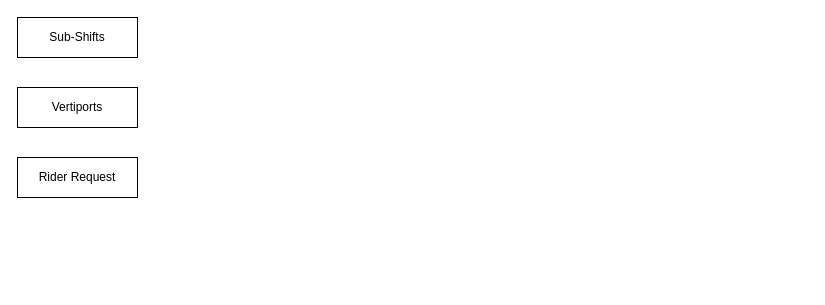
Above: Untitled Diagram.drawio in rskris/RideshareMatching (draw.io), before the change. Source tidied: cells renumbered, new cells numbered last; positions are measured from the earlier drawing's top-left corner, leaving out a move shared by most shapes. Both pictures are drawn from the tidied source at 100%, with x=0, y=0 at pixel (17, 17).
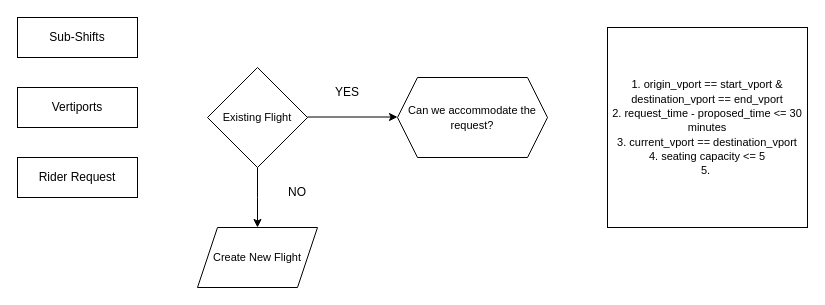
The same page after the edit.

Diff of the diagram source:
```diff
@@
 <mxGraphModel>
   <root>
     <mxCell id="0" />
     <mxCell id="1" parent="0" />
     <mxCell id="2" value="Sub-Shifts" style="rounded=0;whiteSpace=wrap;html=1;" parent="1" vertex="1">
       <mxGeometry width="120" height="40" as="geometry" />
     </mxCell>
     <mxCell id="3" value="Vertiports" style="rounded=0;whiteSpace=wrap;html=1;" parent="1" vertex="1">
       <mxGeometry y="70" width="120" height="40" as="geometry" />
     </mxCell>
     <mxCell id="4" value="Rider Request" style="rounded=0;whiteSpace=wrap;html=1;" parent="1" vertex="1">
       <mxGeometry y="140" width="120" height="40" as="geometry" />
     </mxCell>
+    <mxCell id="5" style="edgeStyle=orthogonalEdgeStyle;rounded=0;jettySize=auto;html=1;" parent="1" edge="1" source="6">
+      <mxGeometry relative="1" as="geometry">
+        <mxPoint x="240" y="210" as="targetPoint" />
+      </mxGeometry>
+    </mxCell>
+    <mxCell id="6" value="&lt;font style=&quot;font-size: 11px;&quot;&gt;Existing Flight&lt;/font&gt;" style="rhombus;whiteSpace=wrap;html=1;" parent="1" vertex="1">
+      <mxGeometry x="190" y="50" width="100" height="100" as="geometry" />
+    </mxCell>
+    <mxCell id="7" style="endArrow=classic;html=1;rounded=0;" parent="1" edge="1">
+      <mxGeometry relative="1" as="geometry">
+        <mxPoint x="290" y="99.5" as="sourcePoint" />
+        <mxPoint x="380" y="99.5" as="targetPoint" />
+      </mxGeometry>
+    </mxCell>
+    <mxCell id="8" value="&lt;font style=&quot;font-size: 11px;&quot;&gt;Can we accommodate the request?&lt;/font&gt;" style="shape=hexagon;perimeter=hexagonPerimeter2;whiteSpace=wrap;html=1;fixedSize=1;" parent="1" vertex="1">
+      <mxGeometry x="380" y="60" width="150" height="80" as="geometry" />
+    </mxCell>
+    <mxCell id="9" value="YES" style="text;html=1;strokeColor=none;fillColor=none;align=center;verticalAlign=middle;whiteSpace=wrap;rounded=0;" parent="1" vertex="1">
+      <mxGeometry x="300" y="60" width="60" height="30" as="geometry" />
+    </mxCell>
+    <mxCell id="10" value="&lt;font style=&quot;font-size: 11px;&quot;&gt;Create New Flight&lt;/font&gt;" style="shape=parallelogram;perimeter=parallelogramPerimeter;whiteSpace=wrap;html=1;fixedSize=1;" parent="1" vertex="1">
+      <mxGeometry x="180" y="210" width="120" height="60" as="geometry" />
+    </mxCell>
+    <mxCell id="11" value="NO" style="text;html=1;strokeColor=none;fillColor=none;align=center;verticalAlign=middle;whiteSpace=wrap;rounded=0;" parent="1" vertex="1">
+      <mxGeometry x="250" y="160" width="60" height="30" as="geometry" />
+    </mxCell>
+    <mxCell id="12" value="&lt;font style=&quot;font-size: 11px;&quot;&gt;1. origin_vport == start_vport &amp;amp; destination_vport == end_vport&lt;br&gt;2. request_time - proposed_time &amp;lt;= 30 minutes&lt;br&gt;3. current_vport == destination_vport&lt;br&gt;4. seating capacity &amp;lt;= 5&lt;br&gt;5.&amp;nbsp;&lt;br&gt;&lt;/font&gt;" style="whiteSpace=wrap;html=1;" parent="1" vertex="1">
+      <mxGeometry x="590" y="10" width="200" height="200" as="geometry" />
+    </mxCell>
   </root>
 </mxGraphModel>
```
